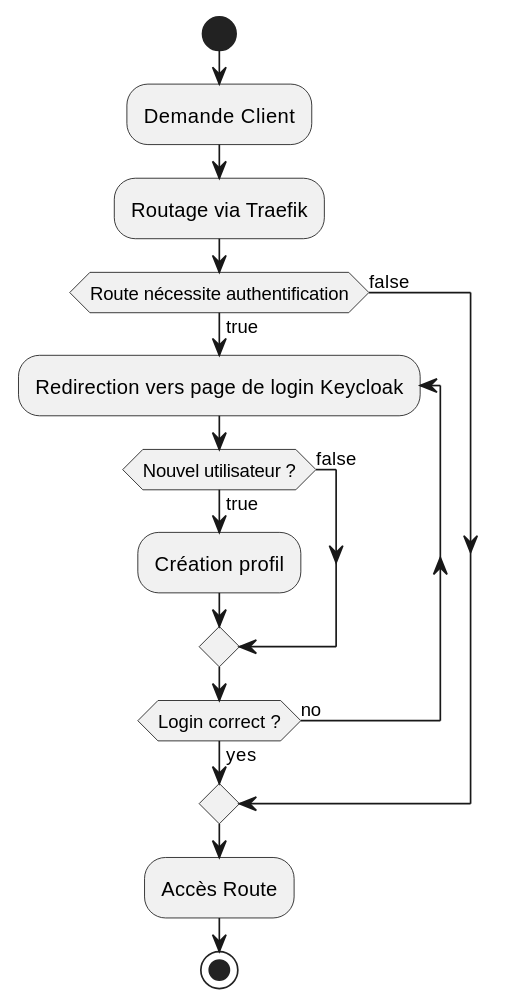
Before: documentation/process.svg, a diagram exported from PlantUML (koeltv/PilotHelper).
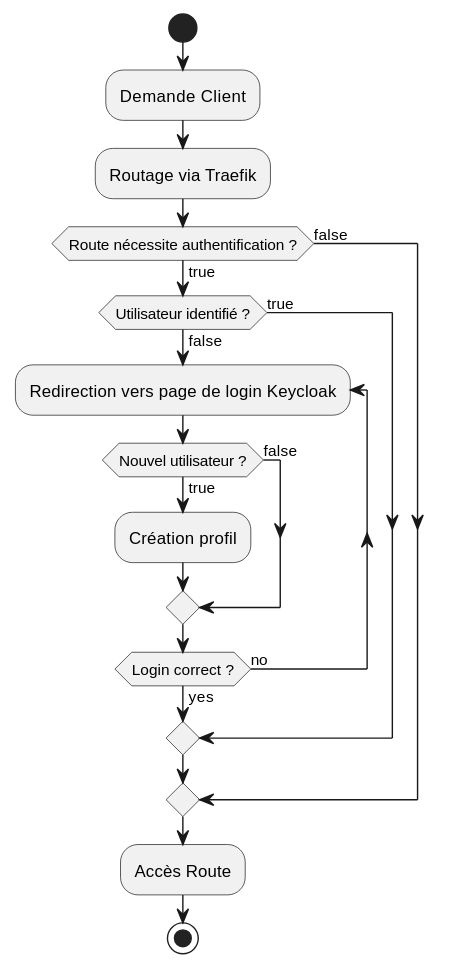
The same diagram one commit later.

The edit, as a diff of the source:
```diff
@@ -3,13 +3,16 @@
 start
 :Demande Client;
 :Routage via Traefik;
-if (Route nécessite authentification) then (true)
+if (Route nécessite authentification ?) then (true)
+  if (Utilisateur identifié ?) then (false)
   repeat :Redirection vers page de login Keycloak;
       if (Nouvel utilisateur ?) then (true)
         :Création profil;
       else (false)
       endif
   repeat while (Login correct ?) is (no) not (yes)
+  else (true)
+  endif
 else (false)
 endif
 
```
